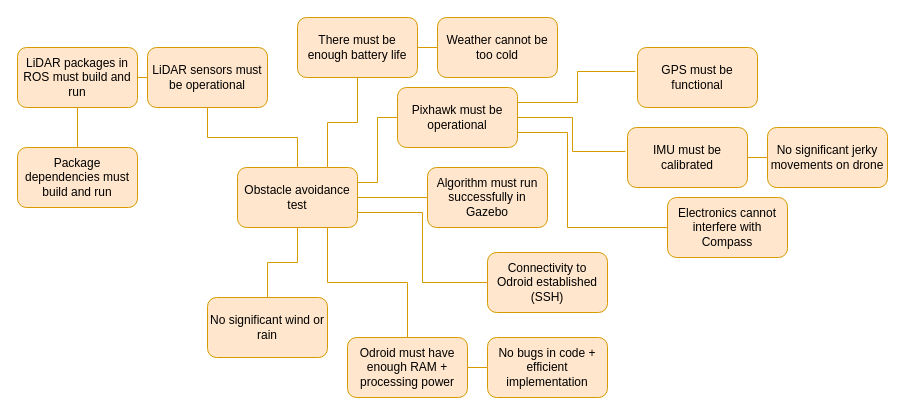
Before: outdoor_testing_dependency.drawio in prasannawilliams/high-level-architecture, a draw.io diagram. Source tidied: cells renumbered, new cells numbered last; positions are measured from the earlier drawing's top-left corner, leaving out a move shared by most shapes. Both pictures are drawn from the tidied source at 100%, with x=0, y=0 at pixel (17, 17).
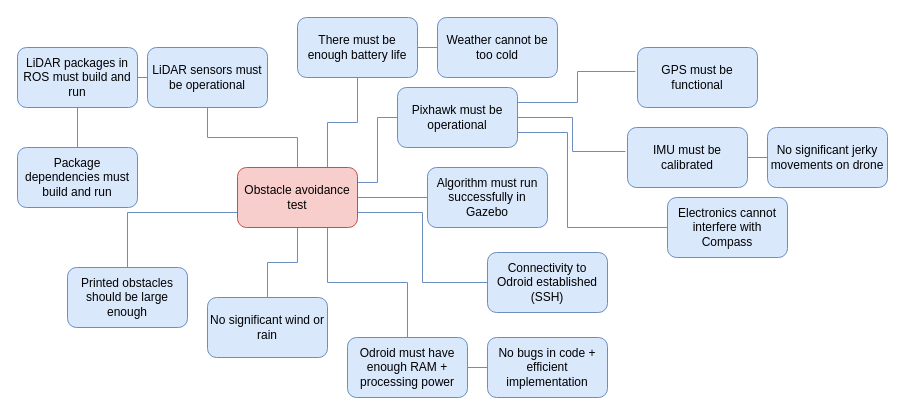
After the change.

The edit, as a diff of the source:
```diff
@@
-    <mxCell id="2" style="edgeStyle=orthogonalEdgeStyle;rounded=0;jettySize=auto;html=1;exitX=1;exitY=0.75;exitDx=0;exitDy=0;endArrow=none;endFill=0;entryX=0;entryY=0.5;entryDx=0;entryDy=0;fillColor=#ffe6cc;strokeColor=#d79b00;" parent="1" edge="1" source="13" target="19">
+    <mxCell id="2" style="edgeStyle=orthogonalEdgeStyle;rounded=0;jettySize=auto;html=1;exitX=1;exitY=0.75;exitDx=0;exitDy=0;endArrow=none;endFill=0;entryX=0;entryY=0.5;entryDx=0;entryDy=0;fillColor=#dae8fc;strokeColor=#6c8ebf;" parent="1" edge="1" source="13" target="19">
       <mxGeometry relative="1" as="geometry">
         <Array as="points">
           <mxPoint x="550" y="115" />
           <mxPoint x="550" y="210" />
         </Array>
       </mxGeometry>
     </mxCell>
-    <mxCell id="3" style="edgeStyle=orthogonalEdgeStyle;rounded=0;jettySize=auto;html=1;exitX=1;exitY=0.5;exitDx=0;exitDy=0;endArrow=none;endFill=0;fillColor=#ffe6cc;strokeColor=#d79b00;" parent="1" edge="1" source="10" target="11">
+    <mxCell id="3" style="edgeStyle=orthogonalEdgeStyle;rounded=0;jettySize=auto;html=1;exitX=1;exitY=0.5;exitDx=0;exitDy=0;endArrow=none;endFill=0;fillColor=#dae8fc;strokeColor=#6c8ebf;" parent="1" edge="1" source="10" target="11">
       <mxGeometry relative="1" as="geometry" />
     </mxCell>
-    <mxCell id="4" style="edgeStyle=orthogonalEdgeStyle;rounded=0;jettySize=auto;html=1;exitX=1;exitY=0.25;exitDx=0;exitDy=0;entryX=0;entryY=0.5;entryDx=0;entryDy=0;endArrow=none;endFill=0;fillColor=#ffe6cc;strokeColor=#d79b00;" parent="1" edge="1" source="10" target="13">
+    <mxCell id="4" style="edgeStyle=orthogonalEdgeStyle;rounded=0;jettySize=auto;html=1;exitX=1;exitY=0.25;exitDx=0;exitDy=0;entryX=0;entryY=0.5;entryDx=0;entryDy=0;endArrow=none;endFill=0;fillColor=#dae8fc;strokeColor=#6c8ebf;" parent="1" edge="1" source="10" target="13">
       <mxGeometry relative="1" as="geometry" />
     </mxCell>
-    <mxCell id="5" style="edgeStyle=orthogonalEdgeStyle;rounded=0;jettySize=auto;html=1;exitX=1;exitY=0.75;exitDx=0;exitDy=0;entryX=0;entryY=0.5;entryDx=0;entryDy=0;endArrow=none;endFill=0;fillColor=#ffe6cc;strokeColor=#d79b00;" parent="1" edge="1" source="10" target="14">
+    <mxCell id="5" style="edgeStyle=orthogonalEdgeStyle;rounded=0;jettySize=auto;html=1;exitX=1;exitY=0.75;exitDx=0;exitDy=0;entryX=0;entryY=0.5;entryDx=0;entryDy=0;endArrow=none;endFill=0;fillColor=#dae8fc;strokeColor=#6c8ebf;" parent="1" edge="1" source="10" target="14">
       <mxGeometry relative="1" as="geometry" />
     </mxCell>
-    <mxCell id="6" style="edgeStyle=orthogonalEdgeStyle;rounded=0;jettySize=auto;html=1;exitX=0.75;exitY=1;exitDx=0;exitDy=0;endArrow=none;endFill=0;fillColor=#ffe6cc;strokeColor=#d79b00;" parent="1" edge="1" source="10" target="22">
+    <mxCell id="6" style="edgeStyle=orthogonalEdgeStyle;rounded=0;jettySize=auto;html=1;exitX=0.75;exitY=1;exitDx=0;exitDy=0;endArrow=none;endFill=0;fillColor=#dae8fc;strokeColor=#6c8ebf;" parent="1" edge="1" source="10" target="22">
       <mxGeometry relative="1" as="geometry" />
     </mxCell>
-    <mxCell id="7" style="edgeStyle=orthogonalEdgeStyle;rounded=0;jettySize=auto;html=1;exitX=0.75;exitY=0;exitDx=0;exitDy=0;endArrow=none;endFill=0;fillColor=#ffe6cc;strokeColor=#d79b00;" parent="1" edge="1" source="10" target="25">
+    <mxCell id="7" style="edgeStyle=orthogonalEdgeStyle;rounded=0;jettySize=auto;html=1;exitX=0.75;exitY=0;exitDx=0;exitDy=0;endArrow=none;endFill=0;fillColor=#dae8fc;strokeColor=#6c8ebf;" parent="1" edge="1" source="10" target="25">
       <mxGeometry relative="1" as="geometry" />
     </mxCell>
-    <mxCell id="8" style="edgeStyle=orthogonalEdgeStyle;rounded=0;jettySize=auto;html=1;endArrow=none;endFill=0;entryX=0.5;entryY=0;entryDx=0;entryDy=0;fillColor=#ffe6cc;strokeColor=#d79b00;" parent="1" edge="1" source="10" target="26">
+    <mxCell id="8" style="edgeStyle=orthogonalEdgeStyle;rounded=0;jettySize=auto;html=1;endArrow=none;endFill=0;entryX=0.5;entryY=0;entryDx=0;entryDy=0;fillColor=#dae8fc;strokeColor=#6c8ebf;" parent="1" edge="1" source="10" target="26">
       <mxGeometry relative="1" as="geometry" />
     </mxCell>
-    <mxCell id="9" style="edgeStyle=orthogonalEdgeStyle;rounded=0;jettySize=auto;html=1;endArrow=none;endFill=0;fillColor=#ffe6cc;strokeColor=#d79b00;" parent="1" edge="1" source="10" target="29">
+    <mxCell id="9" style="edgeStyle=orthogonalEdgeStyle;rounded=0;jettySize=auto;html=1;endArrow=none;endFill=0;fillColor=#dae8fc;strokeColor=#6c8ebf;" parent="1" edge="1" source="10" target="29">
       <mxGeometry relative="1" as="geometry" />
     </mxCell>
+    <mxCell id="33" style="edgeStyle=orthogonalEdgeStyle;rounded=0;jettySize=auto;html=1;exitX=0;exitY=0.75;exitDx=0;exitDy=0;endArrow=none;endFill=0;fillColor=#dae8fc;strokeColor=#6c8ebf;" parent="1" edge="1" source="10" target="34">
+      <mxGeometry relative="1" as="geometry">
+        <Array as="points">
+          <mxPoint x="110" y="195" />
+        </Array>
+      </mxGeometry>
+    </mxCell>
-    <mxCell id="10" value="Obstacle avoidance test" style="rounded=1;whiteSpace=wrap;html=1;fillColor=#ffe6cc;strokeColor=#d79b00;" parent="1" vertex="1">
+    <mxCell id="10" value="Obstacle avoidance test" style="rounded=1;whiteSpace=wrap;html=1;fillColor=#f8cecc;strokeColor=#b85450;" parent="1" vertex="1">
       <mxGeometry x="220" y="150" width="120" height="60" as="geometry" />
     </mxCell>
-    <mxCell id="11" value="Algorithm must run successfully in Gazebo&lt;br&gt;" style="rounded=1;whiteSpace=wrap;html=1;fillColor=#ffe6cc;strokeColor=#d79b00;" parent="1" vertex="1">
+    <mxCell id="11" value="Algorithm must run successfully in Gazebo&lt;br&gt;" style="rounded=1;whiteSpace=wrap;html=1;fillColor=#dae8fc;strokeColor=#6c8ebf;" parent="1" vertex="1">
       <mxGeometry x="410" y="150" width="120" height="60" as="geometry" />
     </mxCell>
-    <mxCell id="12" style="edgeStyle=orthogonalEdgeStyle;rounded=0;jettySize=auto;html=1;exitX=1;exitY=0.25;exitDx=0;exitDy=0;entryX=-0.017;entryY=0.4;entryDx=0;entryDy=0;entryPerimeter=0;endArrow=none;endFill=0;fillColor=#ffe6cc;strokeColor=#d79b00;" parent="1" edge="1" source="13" target="15">
+    <mxCell id="12" style="edgeStyle=orthogonalEdgeStyle;rounded=0;jettySize=auto;html=1;exitX=1;exitY=0.25;exitDx=0;exitDy=0;entryX=-0.017;entryY=0.4;entryDx=0;entryDy=0;entryPerimeter=0;endArrow=none;endFill=0;fillColor=#dae8fc;strokeColor=#6c8ebf;" parent="1" edge="1" source="13" target="15">
       <mxGeometry relative="1" as="geometry" />
     </mxCell>
-    <mxCell id="13" value="Pixhawk must be operational&lt;br&gt;" style="rounded=1;whiteSpace=wrap;html=1;fillColor=#ffe6cc;strokeColor=#d79b00;" parent="1" vertex="1">
+    <mxCell id="13" value="Pixhawk must be operational&lt;br&gt;" style="rounded=1;whiteSpace=wrap;html=1;fillColor=#dae8fc;strokeColor=#6c8ebf;" parent="1" vertex="1">
       <mxGeometry x="380" y="70" width="120" height="60" as="geometry" />
     </mxCell>
-    <mxCell id="14" value="Connectivity to Odroid established (SSH)" style="rounded=1;whiteSpace=wrap;html=1;fillColor=#ffe6cc;strokeColor=#d79b00;" parent="1" vertex="1">
+    <mxCell id="14" value="Connectivity to Odroid established (SSH)" style="rounded=1;whiteSpace=wrap;html=1;fillColor=#dae8fc;strokeColor=#6c8ebf;" parent="1" vertex="1">
       <mxGeometry x="470" y="235" width="120" height="60" as="geometry" />
     </mxCell>
-    <mxCell id="15" value="GPS must be functional&lt;br&gt;" style="rounded=1;whiteSpace=wrap;html=1;fillColor=#ffe6cc;strokeColor=#d79b00;" parent="1" vertex="1">
+    <mxCell id="15" value="GPS must be functional&lt;br&gt;" style="rounded=1;whiteSpace=wrap;html=1;fillColor=#dae8fc;strokeColor=#6c8ebf;" parent="1" vertex="1">
       <mxGeometry x="620" y="30" width="120" height="60" as="geometry" />
     </mxCell>
-    <mxCell id="16" style="edgeStyle=orthogonalEdgeStyle;rounded=0;jettySize=auto;html=1;exitX=1;exitY=0.5;exitDx=0;exitDy=0;entryX=-0.017;entryY=0.4;entryDx=0;entryDy=0;entryPerimeter=0;endArrow=none;endFill=0;fillColor=#ffe6cc;strokeColor=#d79b00;" parent="1" edge="1" source="13" target="18">
+    <mxCell id="16" style="edgeStyle=orthogonalEdgeStyle;rounded=0;jettySize=auto;html=1;exitX=1;exitY=0.5;exitDx=0;exitDy=0;entryX=-0.017;entryY=0.4;entryDx=0;entryDy=0;entryPerimeter=0;endArrow=none;endFill=0;fillColor=#dae8fc;strokeColor=#6c8ebf;" parent="1" edge="1" source="13" target="18">
       <mxGeometry relative="1" as="geometry" />
     </mxCell>
-    <mxCell id="17" style="edgeStyle=orthogonalEdgeStyle;rounded=0;jettySize=auto;html=1;exitX=1;exitY=0.5;exitDx=0;exitDy=0;endArrow=none;endFill=0;entryX=0;entryY=0.5;entryDx=0;entryDy=0;fillColor=#ffe6cc;strokeColor=#d79b00;" parent="1" edge="1" source="18" target="20">
+    <mxCell id="17" style="edgeStyle=orthogonalEdgeStyle;rounded=0;jettySize=auto;html=1;exitX=1;exitY=0.5;exitDx=0;exitDy=0;endArrow=none;endFill=0;entryX=0;entryY=0.5;entryDx=0;entryDy=0;fillColor=#dae8fc;strokeColor=#6c8ebf;" parent="1" edge="1" source="18" target="20">
       <mxGeometry relative="1" as="geometry" />
     </mxCell>
-    <mxCell id="18" value="IMU must be calibrated&lt;br&gt;" style="rounded=1;whiteSpace=wrap;html=1;fillColor=#ffe6cc;strokeColor=#d79b00;" parent="1" vertex="1">
+    <mxCell id="18" value="IMU must be calibrated&lt;br&gt;" style="rounded=1;whiteSpace=wrap;html=1;fillColor=#dae8fc;strokeColor=#6c8ebf;" parent="1" vertex="1">
       <mxGeometry x="610" y="110" width="120" height="60" as="geometry" />
     </mxCell>
-    <mxCell id="19" value="Electronics cannot interfere with Compass&lt;br&gt;" style="rounded=1;whiteSpace=wrap;html=1;fillColor=#ffe6cc;strokeColor=#d79b00;" parent="1" vertex="1">
+    <mxCell id="19" value="Electronics cannot interfere with Compass&lt;br&gt;" style="rounded=1;whiteSpace=wrap;html=1;fillColor=#dae8fc;strokeColor=#6c8ebf;" parent="1" vertex="1">
       <mxGeometry x="650" y="180" width="120" height="60" as="geometry" />
     </mxCell>
-    <mxCell id="20" value="No significant jerky movements on drone&lt;br&gt;" style="rounded=1;whiteSpace=wrap;html=1;fillColor=#ffe6cc;strokeColor=#d79b00;" parent="1" vertex="1">
+    <mxCell id="20" value="No significant jerky movements on drone&lt;br&gt;" style="rounded=1;whiteSpace=wrap;html=1;fillColor=#dae8fc;strokeColor=#6c8ebf;" parent="1" vertex="1">
       <mxGeometry x="750" y="110" width="120" height="60" as="geometry" />
     </mxCell>
-    <mxCell id="21" style="edgeStyle=orthogonalEdgeStyle;rounded=0;jettySize=auto;html=1;endArrow=none;endFill=0;fillColor=#ffe6cc;strokeColor=#d79b00;" parent="1" edge="1" source="22" target="23">
+    <mxCell id="21" style="edgeStyle=orthogonalEdgeStyle;rounded=0;jettySize=auto;html=1;endArrow=none;endFill=0;fillColor=#dae8fc;strokeColor=#6c8ebf;" parent="1" edge="1" source="22" target="23">
       <mxGeometry relative="1" as="geometry" />
     </mxCell>
-    <mxCell id="22" value="Odroid must have enough RAM + processing power" style="rounded=1;whiteSpace=wrap;html=1;fillColor=#ffe6cc;strokeColor=#d79b00;" parent="1" vertex="1">
+    <mxCell id="22" value="Odroid must have enough RAM + processing power" style="rounded=1;whiteSpace=wrap;html=1;fillColor=#dae8fc;strokeColor=#6c8ebf;" parent="1" vertex="1">
       <mxGeometry x="330" y="320" width="120" height="60" as="geometry" />
     </mxCell>
-    <mxCell id="23" value="No bugs in code + efficient implementation" style="rounded=1;whiteSpace=wrap;html=1;fillColor=#ffe6cc;strokeColor=#d79b00;" parent="1" vertex="1">
+    <mxCell id="23" value="No bugs in code + efficient implementation" style="rounded=1;whiteSpace=wrap;html=1;fillColor=#dae8fc;strokeColor=#6c8ebf;" parent="1" vertex="1">
       <mxGeometry x="470" y="320" width="120" height="60" as="geometry" />
     </mxCell>
-    <mxCell id="24" style="edgeStyle=orthogonalEdgeStyle;rounded=0;jettySize=auto;html=1;endArrow=none;endFill=0;fillColor=#ffe6cc;strokeColor=#d79b00;" parent="1" edge="1" source="25" target="27">
+    <mxCell id="24" style="edgeStyle=orthogonalEdgeStyle;rounded=0;jettySize=auto;html=1;endArrow=none;endFill=0;fillColor=#dae8fc;strokeColor=#6c8ebf;" parent="1" edge="1" source="25" target="27">
       <mxGeometry relative="1" as="geometry" />
     </mxCell>
-    <mxCell id="25" value="There must be enough battery life" style="rounded=1;whiteSpace=wrap;html=1;fillColor=#ffe6cc;strokeColor=#d79b00;" parent="1" vertex="1">
+    <mxCell id="25" value="There must be enough battery life" style="rounded=1;whiteSpace=wrap;html=1;fillColor=#dae8fc;strokeColor=#6c8ebf;" parent="1" vertex="1">
       <mxGeometry x="280" width="120" height="60" as="geometry" />
     </mxCell>
-    <mxCell id="26" value="No significant wind or rain&lt;br&gt;" style="rounded=1;whiteSpace=wrap;html=1;fillColor=#ffe6cc;strokeColor=#d79b00;" parent="1" vertex="1">
+    <mxCell id="26" value="No significant wind or rain&lt;br&gt;" style="rounded=1;whiteSpace=wrap;html=1;fillColor=#dae8fc;strokeColor=#6c8ebf;" parent="1" vertex="1">
       <mxGeometry x="190" y="280" width="120" height="60" as="geometry" />
     </mxCell>
-    <mxCell id="27" value="Weather cannot be too cold" style="rounded=1;whiteSpace=wrap;html=1;fillColor=#ffe6cc;strokeColor=#d79b00;" parent="1" vertex="1">
+    <mxCell id="27" value="Weather cannot be too cold" style="rounded=1;whiteSpace=wrap;html=1;fillColor=#dae8fc;strokeColor=#6c8ebf;" parent="1" vertex="1">
       <mxGeometry x="420" width="120" height="60" as="geometry" />
     </mxCell>
-    <mxCell id="28" style="edgeStyle=orthogonalEdgeStyle;rounded=0;jettySize=auto;html=1;exitX=0;exitY=0.5;exitDx=0;exitDy=0;endArrow=none;endFill=0;fillColor=#ffe6cc;strokeColor=#d79b00;" parent="1" edge="1" source="29" target="31">
+    <mxCell id="28" style="edgeStyle=orthogonalEdgeStyle;rounded=0;jettySize=auto;html=1;exitX=0;exitY=0.5;exitDx=0;exitDy=0;endArrow=none;endFill=0;fillColor=#dae8fc;strokeColor=#6c8ebf;" parent="1" edge="1" source="29" target="31">
       <mxGeometry relative="1" as="geometry" />
     </mxCell>
-    <mxCell id="29" value="LiDAR sensors must be operational" style="rounded=1;whiteSpace=wrap;html=1;fillColor=#ffe6cc;strokeColor=#d79b00;" parent="1" vertex="1">
+    <mxCell id="29" value="LiDAR sensors must be operational" style="rounded=1;whiteSpace=wrap;html=1;fillColor=#dae8fc;strokeColor=#6c8ebf;" parent="1" vertex="1">
       <mxGeometry x="130" y="30" width="120" height="60" as="geometry" />
     </mxCell>
-    <mxCell id="30" style="edgeStyle=orthogonalEdgeStyle;rounded=0;jettySize=auto;html=1;endArrow=none;endFill=0;fillColor=#ffe6cc;strokeColor=#d79b00;" parent="1" edge="1" source="31" target="32">
+    <mxCell id="30" style="edgeStyle=orthogonalEdgeStyle;rounded=0;jettySize=auto;html=1;endArrow=none;endFill=0;fillColor=#dae8fc;strokeColor=#6c8ebf;" parent="1" edge="1" source="31" target="32">
       <mxGeometry relative="1" as="geometry" />
     </mxCell>
-    <mxCell id="31" value="LiDAR packages in ROS must build and run" style="rounded=1;whiteSpace=wrap;html=1;fillColor=#ffe6cc;strokeColor=#d79b00;" parent="1" vertex="1">
+    <mxCell id="31" value="LiDAR packages in ROS must build and run" style="rounded=1;whiteSpace=wrap;html=1;fillColor=#dae8fc;strokeColor=#6c8ebf;" parent="1" vertex="1">
       <mxGeometry y="30" width="120" height="60" as="geometry" />
     </mxCell>
-    <mxCell id="32" value="Package dependencies must build and run" style="rounded=1;whiteSpace=wrap;html=1;fillColor=#ffe6cc;strokeColor=#d79b00;" parent="1" vertex="1">
+    <mxCell id="32" value="Package dependencies must build and run" style="rounded=1;whiteSpace=wrap;html=1;fillColor=#dae8fc;strokeColor=#6c8ebf;" parent="1" vertex="1">
       <mxGeometry y="130" width="120" height="60" as="geometry" />
     </mxCell>
+    <mxCell id="34" value="Printed obstacles should be large enough&lt;br&gt;" style="rounded=1;whiteSpace=wrap;html=1;fillColor=#dae8fc;strokeColor=#6c8ebf;" parent="1" vertex="1">
+      <mxGeometry x="50" y="250" width="120" height="60" as="geometry" />
+    </mxCell>
```
